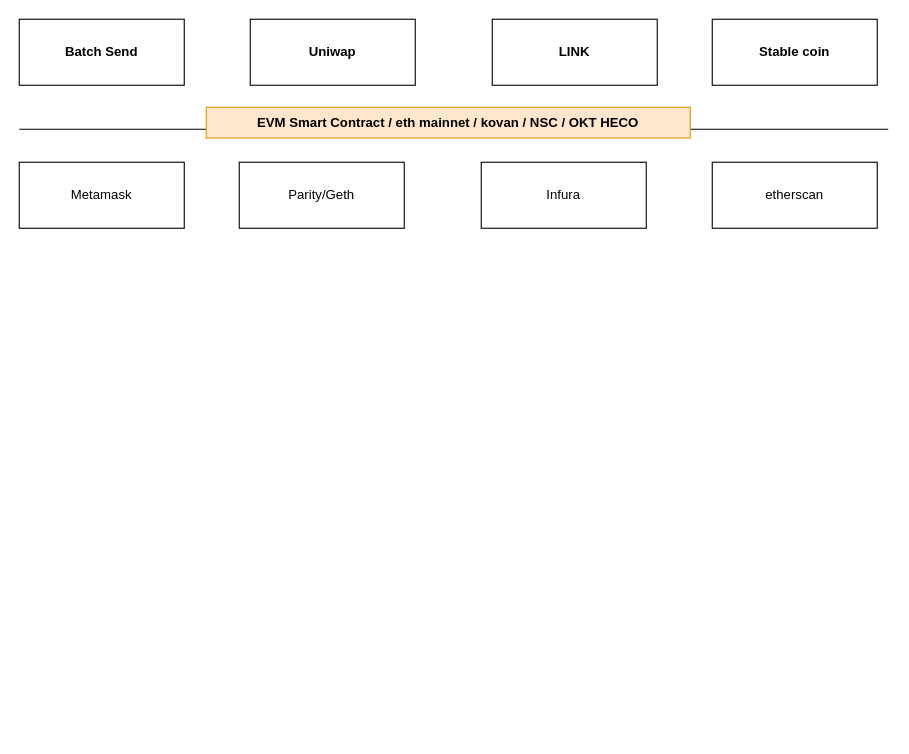
Above: 01.Diagrams/BlockChain2022.drawio in shixinzhu/BlockChain-Notes (draw.io), before the change. Source tidied: cells renumbered, new cells numbered last; positions are measured from the earlier drawing's top-left corner, leaving out a move shared by most shapes. Both pictures are drawn from the tidied source at 110%, with x=0, y=0 at pixel (19, 19).
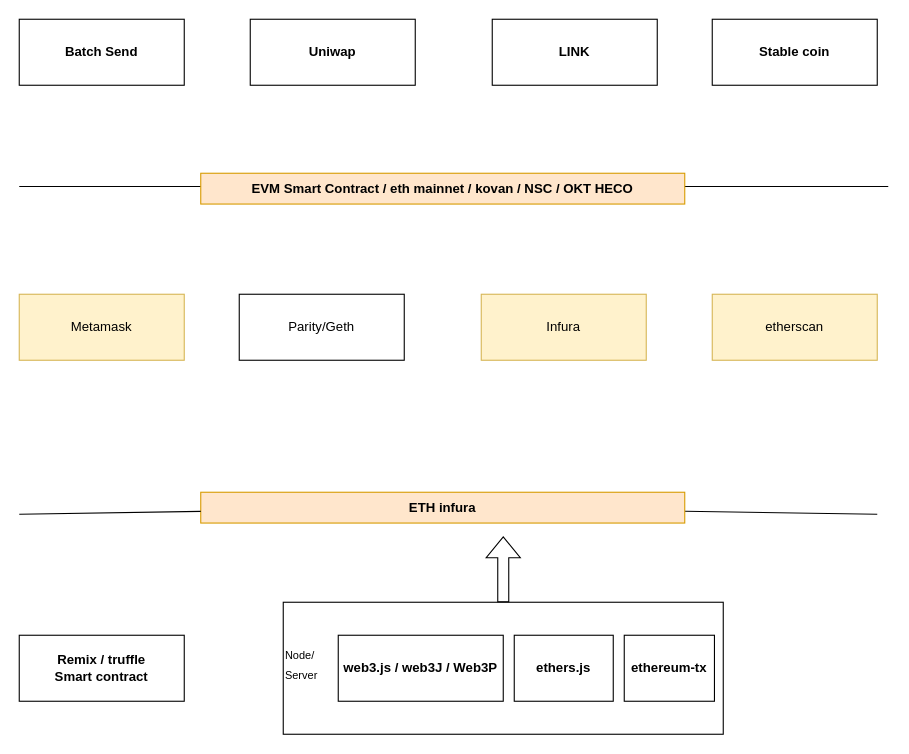
After the change.

The edit, as a diff of the source:
```diff
@@
+    <mxCell id="12" value="&lt;sup&gt;Node/&lt;br&gt;Server&lt;/sup&gt;" style="rounded=0;whiteSpace=wrap;html=1;labelBackgroundColor=none;fontSize=12;fontColor=#000000;align=left;" parent="1" vertex="1">
+      <mxGeometry x="240" y="530" width="400" height="120" as="geometry" />
+    </mxCell>
@@
     <mxCell id="6" style="endArrow=none;html=1;rounded=0;fontColor=#000000;" parent="1" edge="1">
       <mxGeometry relative="1" as="geometry">
-        <mxPoint y="100" as="sourcePoint" />
-        <mxPoint x="790" y="100" as="targetPoint" />
+        <mxPoint y="152" as="sourcePoint" />
+        <mxPoint x="790" y="152" as="targetPoint" />
       </mxGeometry>
     </mxCell>
-    <mxCell id="7" value="Metamask" style="rounded=0;whiteSpace=wrap;html=1;fontColor=#000000;" parent="1" vertex="1">
-      <mxGeometry y="130" width="150" height="60" as="geometry" />
+    <mxCell id="7" value="Metamask" style="rounded=0;whiteSpace=wrap;html=1;fillColor=#fff2cc;strokeColor=#d6b656;" parent="1" vertex="1">
+      <mxGeometry y="250" width="150" height="60" as="geometry" />
     </mxCell>
     <mxCell id="8" value="Parity/Geth" style="rounded=0;whiteSpace=wrap;html=1;fontColor=#000000;" parent="1" vertex="1">
-      <mxGeometry x="200" y="130" width="150" height="60" as="geometry" />
+      <mxGeometry x="200" y="250" width="150" height="60" as="geometry" />
     </mxCell>
-    <mxCell id="9" value="etherscan" style="rounded=0;whiteSpace=wrap;html=1;fontColor=#000000;" parent="1" vertex="1">
-      <mxGeometry x="630" y="130" width="150" height="60" as="geometry" />
+    <mxCell id="9" value="etherscan" style="rounded=0;whiteSpace=wrap;html=1;fillColor=#fff2cc;strokeColor=#d6b656;" parent="1" vertex="1">
+      <mxGeometry x="630" y="250" width="150" height="60" as="geometry" />
     </mxCell>
-    <mxCell id="10" value="Infura" style="rounded=0;whiteSpace=wrap;html=1;fontColor=#000000;" parent="1" vertex="1">
-      <mxGeometry x="420" y="130" width="150" height="60" as="geometry" />
+    <mxCell id="10" value="Infura" style="rounded=0;whiteSpace=wrap;html=1;fillColor=#fff2cc;strokeColor=#d6b656;" parent="1" vertex="1">
+      <mxGeometry x="420" y="250" width="150" height="60" as="geometry" />
     </mxCell>
     <mxCell id="11" value="EVM Smart Contract / eth mainnet / kovan / NSC / OKT HECO" style="text;html=1;strokeColor=#d79b00;fillColor=#ffe6cc;align=center;verticalAlign=middle;whiteSpace=wrap;rounded=0;fontSize=12;fontStyle=1;labelBackgroundColor=none;spacing=0;" parent="1" vertex="1">
-      <mxGeometry x="170" y="80" width="440" height="28" as="geometry" />
+      <mxGeometry x="165" y="140" width="440" height="28" as="geometry" />
     </mxCell>
+    <mxCell id="13" style="endArrow=none;html=1;rounded=0;fontSize=12;fontColor=#000000;startArrow=none;" parent="1" edge="1" source="14">
+      <mxGeometry relative="1" as="geometry">
+        <mxPoint x="780" y="450" as="targetPoint" />
+      </mxGeometry>
+    </mxCell>
+    <mxCell id="14" value="ETH infura" style="text;html=1;strokeColor=#d79b00;fillColor=#ffe6cc;align=center;verticalAlign=middle;whiteSpace=wrap;rounded=0;fontSize=12;fontStyle=1;labelBackgroundColor=none;spacing=0;" parent="1" vertex="1">
+      <mxGeometry x="165" y="430" width="440" height="28" as="geometry" />
+    </mxCell>
+    <mxCell id="15" style="endArrow=none;html=1;rounded=0;fontSize=12;fontColor=#000000;" parent="1" edge="1" target="14">
+      <mxGeometry relative="1" as="geometry">
+        <mxPoint y="450" as="sourcePoint" />
+      </mxGeometry>
+    </mxCell>
+    <mxCell id="16" value="Remix / truffle&lt;br&gt;Smart contract" style="rounded=0;whiteSpace=wrap;html=1;labelBackgroundColor=none;fontSize=12;fontColor=#000000;fontStyle=1;" parent="1" vertex="1">
+      <mxGeometry y="560" width="150" height="60" as="geometry" />
+    </mxCell>
+    <mxCell id="17" value="web3.js / web3J / Web3P" style="rounded=0;whiteSpace=wrap;html=1;labelBackgroundColor=none;fontSize=12;fontColor=#000000;fontStyle=1;" parent="1" vertex="1">
+      <mxGeometry x="290" y="560" width="150" height="60" as="geometry" />
+    </mxCell>
+    <mxCell id="18" value="ethers.js" style="rounded=0;whiteSpace=wrap;html=1;labelBackgroundColor=none;fontSize=12;fontColor=#000000;fontStyle=1;" parent="1" vertex="1">
+      <mxGeometry x="450" y="560" width="90" height="60" as="geometry" />
+    </mxCell>
+    <mxCell id="19" value="ethereum-tx" style="rounded=0;whiteSpace=wrap;html=1;labelBackgroundColor=none;fontSize=12;fontColor=#000000;fontStyle=1;" parent="1" vertex="1">
+      <mxGeometry x="550" y="560" width="82" height="60" as="geometry" />
+    </mxCell>
+    <mxCell id="20" style="shape=flexArrow;endArrow=classic;html=1;rounded=0;fontSize=12;fontColor=#000000;" parent="1" edge="1" source="12">
+      <mxGeometry relative="1" as="geometry">
+        <mxPoint x="440" y="470" as="targetPoint" />
+      </mxGeometry>
+    </mxCell>
```
